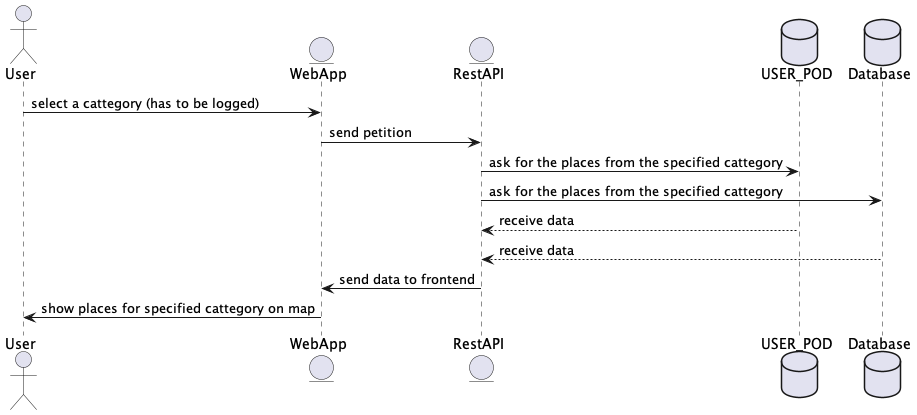
This is images/filter map diagram.png from Arquisoft/lomap_es5c, a PlantUML export, as it was before one commit.
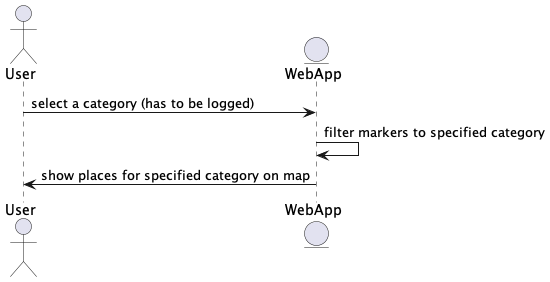
After the change.

The edit, as a diff of the source:
```diff
@@ -1,16 +1,8 @@
 @startuml
 actor User
 entity EntityWeb as "WebApp"
-entity EntityRest as "RestAPI"
-database Pod as "USER_POD"
-database Mongo as "Database"
 
-User -> EntityWeb: select a cattegory (has to be logged)
-EntityWeb -> EntityRest: send petition
-EntityRest -> Pod: ask for the places from the specified cattegory
-EntityRest -> Mongo: ask for the places from the specified cattegory
-Pod --> EntityRest: receive data
-Mongo --> EntityRest: receive data
-EntityRest -> EntityWeb: send data to frontend
-EntityWeb -> User: show places for specified cattegory on map
+User -> EntityWeb: select a category (has to be logged)
+EntityWeb -> EntityWeb: filter markers to specified category
+EntityWeb -> User: show places for specified category on map
 @enduml
```
